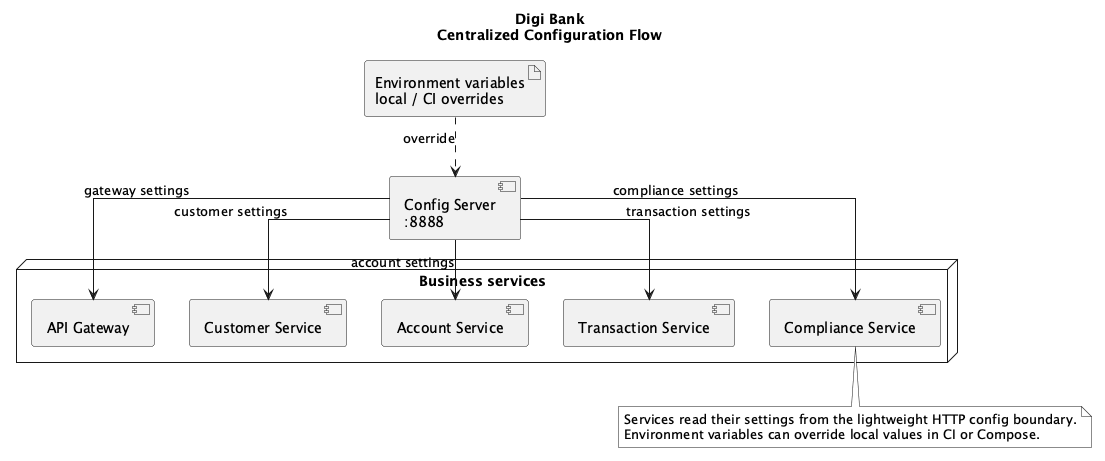
The PlantUML diagram docs/architecture/11_configuration_flow.png in AssahBismarkabah/digibank-core, before a commit. Its diagram source:
```plantuml
@startuml Digi Bank - Configuration Flow
skinparam monochrome true
skinparam shadowing false
skinparam componentStyle uml2
skinparam linetype ortho
title Digi Bank\nCentralized Configuration Flow

artifact "Environment variables\nlocal / CI overrides" as env
component "Config Server\n:8888" as config

node "Business services" as services {
  component "API Gateway" as gateway
  component "Customer Service" as customer
  component "Account Service" as account
  component "Transaction Service" as transaction
  component "Compliance Service" as compliance
}

env ..> config : override
config --> gateway : gateway settings
config --> customer : customer settings
config --> account : account settings
config --> transaction : transaction settings
config --> compliance : compliance settings

note bottom
  Services read their settings from the lightweight HTTP config boundary.
  Environment variables can override local values in CI or Compose.
end note
@enduml
```
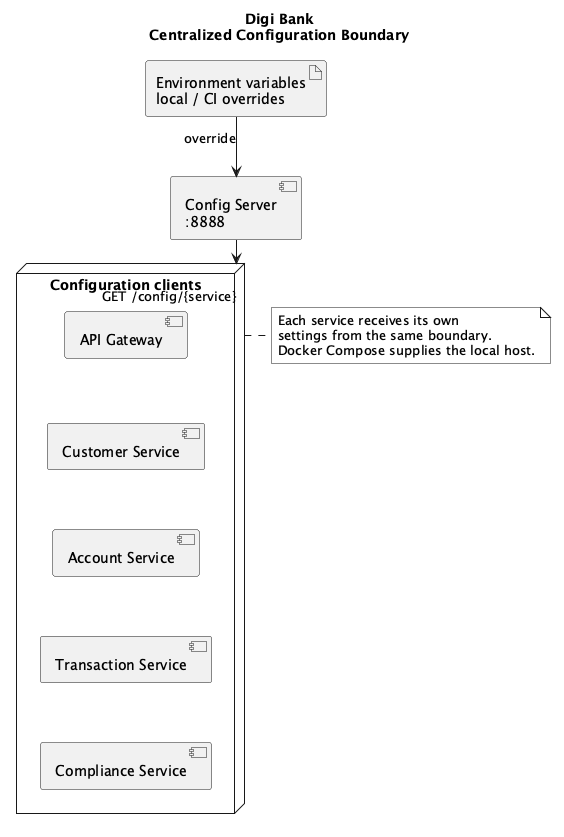
Above is the later version.

Commit message:
docs: simplify configuration asset

What changed in the source:
```diff
@@ -3,28 +3,29 @@
 skinparam shadowing false
 skinparam componentStyle uml2
 skinparam linetype ortho
-title Digi Bank\nCentralized Configuration Flow
+title Digi Bank\nCentralized Configuration Boundary
 
 artifact "Environment variables\nlocal / CI overrides" as env
 component "Config Server\n:8888" as config
 
-node "Business services" as services {
+node "Configuration clients" as clients {
   component "API Gateway" as gateway
   component "Customer Service" as customer
   component "Account Service" as account
   component "Transaction Service" as transaction
   component "Compliance Service" as compliance
+  gateway -[hidden]down- customer
+  customer -[hidden]down- account
+  account -[hidden]down- transaction
+  transaction -[hidden]down- compliance
 }
 
-env ..> config : override
-config --> gateway : gateway settings
-config --> customer : customer settings
-config --> account : account settings
-config --> transaction : transaction settings
-config --> compliance : compliance settings
+env --> config : override
+config --> clients : GET /config/{service}
 
-note bottom
-  Services read their settings from the lightweight HTTP config boundary.
-  Environment variables can override local values in CI or Compose.
+note right of clients
+  Each service receives its own
+  settings from the same boundary.
+  Docker Compose supplies the local host.
 end note
 @enduml
```
